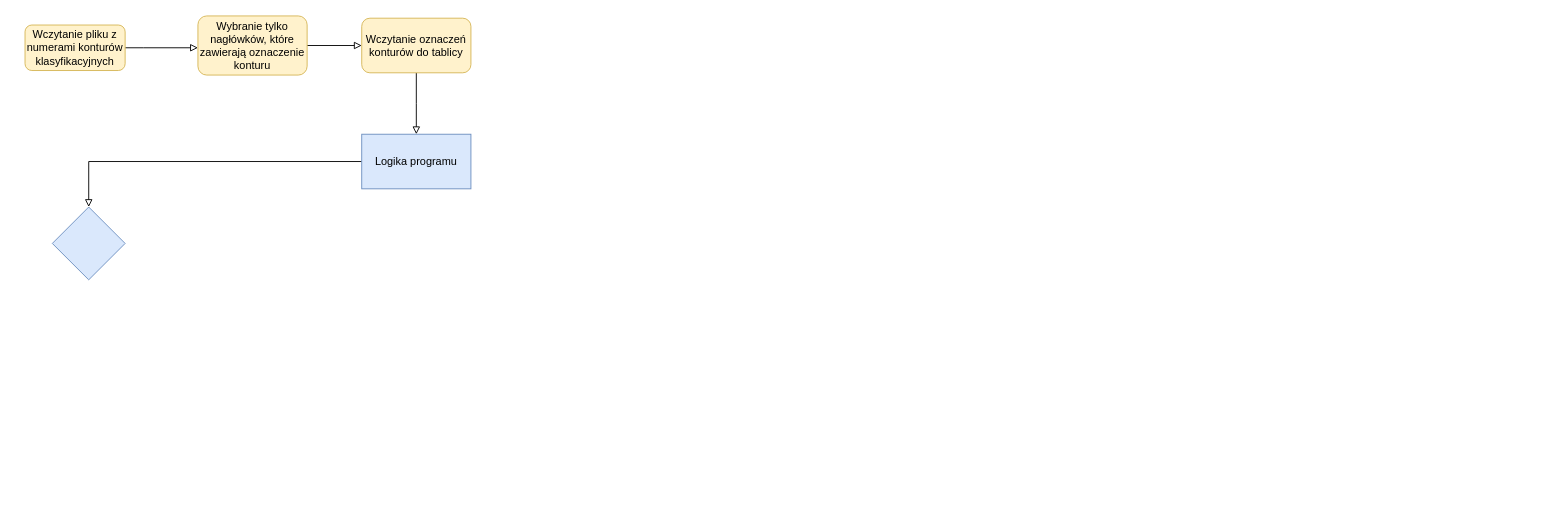
The draw.io diagram ćwiczenie1/kataster_cwiczenie1.drawio in jakubGryzio/Kataster, before the edit. Source tidied: cells renumbered, new cells numbered last; positions are measured from the earlier drawing's top-left corner, leaving out a move shared by most shapes. Both pictures are drawn from the tidied source at 91%, with x=0, y=0 at pixel (25, 15).
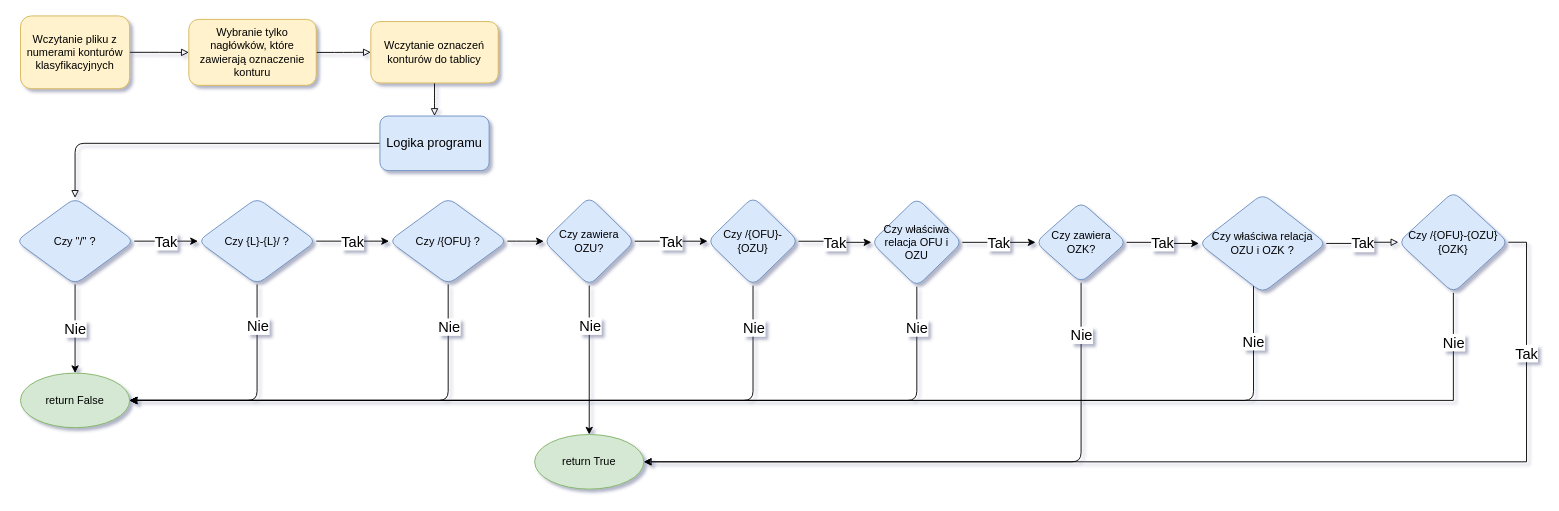
Above is the later version.

The edit, as a diff of the source:
```diff
@@
-<mxGraphModel>
+<mxGraphModel shadow="1">
@@
-    <mxCell id="2" style="edgeStyle=orthogonalEdgeStyle;rounded=0;jettySize=auto;html=1;endArrow=block;endFill=0;" parent="1" edge="1" source="3">
-      <mxGeometry relative="1" as="geometry">
-        <mxPoint x="190" y="35" as="targetPoint" />
-        <Array as="points">
-          <mxPoint x="130" y="35" />
-          <mxPoint x="130" y="35" />
-        </Array>
-      </mxGeometry>
-    </mxCell>
+    <mxCell id="11" style="edgeStyle=orthogonalEdgeStyle;rounded=0;jettySize=auto;html=1;exitX=1;exitY=0.5;exitDx=0;exitDy=0;fontSize=16;endArrow=block;endFill=0;" parent="1" edge="1" source="3" target="5">
+      <mxGeometry relative="1" as="geometry" />
+    </mxCell>
-    <mxCell id="3" value="Wczytanie pliku z numerami konturów klasyfikacyjnych" style="rounded=1;whiteSpace=wrap;html=1;fontSize=12;glass=0;strokeWidth=1;shadow=0;fillColor=#fff2cc;strokeColor=#d6b656;" parent="1" vertex="1">
-      <mxGeometry y="10" width="110" height="50" as="geometry" />
+    <mxCell id="3" value="Wczytanie pliku z numerami konturów klasyfikacyjnych" style="whiteSpace=wrap;html=1;fontSize=12;glass=0;strokeWidth=1;shadow=0;fillColor=#fff2cc;strokeColor=#d6b656;rounded=1;" parent="1" vertex="1">
+      <mxGeometry x="-5" width="120" height="80" as="geometry" />
     </mxCell>
-    <mxCell id="4" style="edgeStyle=orthogonalEdgeStyle;rounded=0;jettySize=auto;html=1;entryX=0;entryY=0.5;entryDx=0;entryDy=0;endArrow=block;endFill=0;" parent="1" edge="1" source="5" target="7">
+    <mxCell id="4" style="edgeStyle=orthogonalEdgeStyle;jettySize=auto;html=1;entryX=0;entryY=0.5;entryDx=0;entryDy=0;endArrow=block;endFill=0;" parent="1" edge="1" source="5" target="7">
       <mxGeometry relative="1" as="geometry" />
     </mxCell>
-    <mxCell id="5" value="Wybranie tylko nagłówków, które zawierają oznaczenie konturu" style="rounded=1;whiteSpace=wrap;html=1;fontSize=12;glass=0;strokeWidth=1;shadow=0;fillColor=#fff2cc;strokeColor=#d6b656;" parent="1" vertex="1">
-      <mxGeometry x="190" width="120" height="65" as="geometry" />
+    <mxCell id="5" value="Wybranie tylko nagłówków, które zawierają oznaczenie konturu" style="whiteSpace=wrap;html=1;fontSize=12;glass=0;strokeWidth=1;shadow=0;fillColor=#fff2cc;strokeColor=#d6b656;rounded=1;" parent="1" vertex="1">
+      <mxGeometry x="180" y="3.8" width="140" height="72.5" as="geometry" />
     </mxCell>
-    <mxCell id="6" style="edgeStyle=orthogonalEdgeStyle;rounded=0;jettySize=auto;html=1;endArrow=block;endFill=0;" parent="1" edge="1" source="7">
-      <mxGeometry relative="1" as="geometry">
-        <mxPoint x="430" y="130" as="targetPoint" />
-      </mxGeometry>
+    <mxCell id="6" style="edgeStyle=orthogonalEdgeStyle;jettySize=auto;html=1;endArrow=block;endFill=0;" parent="1" edge="1" source="7" target="9">
+      <mxGeometry relative="1" as="geometry" />
     </mxCell>
-    <mxCell id="7" value="Wczytanie oznaczeń konturów do tablicy" style="rounded=1;whiteSpace=wrap;html=1;fillColor=#fff2cc;strokeColor=#d6b656;" parent="1" vertex="1">
-      <mxGeometry x="370" y="2.5" width="120" height="60" as="geometry" />
+    <mxCell id="7" value="Wczytanie oznaczeń konturów do tablicy" style="whiteSpace=wrap;html=1;fillColor=#fff2cc;strokeColor=#d6b656;rounded=1;" parent="1" vertex="1">
+      <mxGeometry x="380" y="6.2" width="140" height="67.5" as="geometry" />
     </mxCell>
-    <mxCell id="8" style="edgeStyle=orthogonalEdgeStyle;rounded=0;jettySize=auto;html=1;endArrow=block;endFill=0;" parent="1" edge="1" source="9" target="10">
+    <mxCell id="8" style="edgeStyle=orthogonalEdgeStyle;jettySize=auto;html=1;endArrow=block;endFill=0;" parent="1" edge="1" source="9" target="10">
       <mxGeometry relative="1" as="geometry" />
     </mxCell>
-    <mxCell id="9" value="Logika programu" style="rounded=0;whiteSpace=wrap;html=1;fillColor=#dae8fc;strokeColor=#6c8ebf;" parent="1" vertex="1">
-      <mxGeometry x="370" y="130" width="120" height="60" as="geometry" />
+    <mxCell id="9" value="Logika programu" style="whiteSpace=wrap;html=1;fillColor=#dae8fc;strokeColor=#6c8ebf;fontSize=14;rounded=1;" parent="1" vertex="1">
+      <mxGeometry x="390" y="110" width="120" height="60" as="geometry" />
     </mxCell>
+    <mxCell id="12" value="Tak" style="edgeStyle=orthogonalEdgeStyle;jettySize=auto;html=1;fontSize=16;" parent="1" edge="1" source="10" target="17">
+      <mxGeometry relative="1" as="geometry" />
+    </mxCell>
+    <mxCell id="13" value="Nie" style="edgeStyle=orthogonalEdgeStyle;jettySize=auto;html=1;fontSize=16;" parent="1" edge="1" source="10" target="27">
+      <mxGeometry relative="1" as="geometry" />
+    </mxCell>
-    <mxCell id="10" style="rhombus;whiteSpace=wrap;html=1;rounded=0;strokeColor=#6c8ebf;fillColor=#dae8fc;" parent="1" vertex="1">
-      <mxGeometry x="30" y="210" width="80" height="80" as="geometry" />
+    <mxCell id="10" value="Czy &quot;/&quot; ?" style="rhombus;whiteSpace=wrap;html=1;strokeColor=#6c8ebf;fillColor=#dae8fc;rounded=1;" parent="1" vertex="1">
+      <mxGeometry x="-10" y="200" width="130" height="95" as="geometry" />
     </mxCell>
+    <mxCell id="14" value="Tak" style="edgeStyle=orthogonalEdgeStyle;jettySize=auto;html=1;fontSize=16;" parent="1" edge="1" source="17" target="21">
+      <mxGeometry relative="1" as="geometry" />
+    </mxCell>
+    <mxCell id="15" style="edgeStyle=orthogonalEdgeStyle;jettySize=auto;html=1;entryX=1;entryY=0.5;entryDx=0;entryDy=0;fontSize=14;" parent="1" edge="1" source="17" target="27">
+      <mxGeometry relative="1" as="geometry">
+        <Array as="points">
+          <mxPoint x="255" y="423" />
+        </Array>
+      </mxGeometry>
+    </mxCell>
+    <mxCell id="16" value="Nie" style="edgeLabel;html=1;align=center;verticalAlign=middle;fontSize=16;rounded=1;" parent="15" vertex="1">
+      <mxGeometry x="-0.71" y="-1" relative="1" as="geometry">
+        <mxPoint x="1" y="6" as="offset" />
+      </mxGeometry>
+    </mxCell>
+    <mxCell id="17" value="Czy {L}-{L}/ ?" style="rhombus;whiteSpace=wrap;html=1;strokeColor=#6c8ebf;fillColor=#dae8fc;rounded=1;" parent="1" vertex="1">
+      <mxGeometry x="190" y="200" width="130" height="95" as="geometry" />
+    </mxCell>
+    <mxCell id="18" style="edgeStyle=orthogonalEdgeStyle;jettySize=auto;html=1;" parent="1" edge="1" source="21" target="25">
+      <mxGeometry relative="1" as="geometry" />
+    </mxCell>
+    <mxCell id="19" style="edgeStyle=orthogonalEdgeStyle;jettySize=auto;html=1;entryX=1;entryY=0.5;entryDx=0;entryDy=0;" parent="1" edge="1" source="21" target="27">
+      <mxGeometry relative="1" as="geometry">
+        <Array as="points">
+          <mxPoint x="465" y="423" />
+        </Array>
+      </mxGeometry>
+    </mxCell>
+    <mxCell id="20" value="Nie" style="edgeLabel;html=1;align=center;verticalAlign=middle;fontSize=16;rounded=1;" parent="19" vertex="1">
+      <mxGeometry x="-0.82" y="2" relative="1" as="geometry">
+        <mxPoint x="-2" y="3" as="offset" />
+      </mxGeometry>
+    </mxCell>
+    <mxCell id="21" value="Czy /{OFU} ?" style="rhombus;whiteSpace=wrap;html=1;strokeColor=#6c8ebf;fillColor=#dae8fc;rounded=1;" parent="1" vertex="1">
+      <mxGeometry x="400" y="200" width="130" height="95" as="geometry" />
+    </mxCell>
+    <mxCell id="22" style="edgeStyle=orthogonalEdgeStyle;jettySize=auto;html=1;" parent="1" edge="1" source="25" target="26">
+      <mxGeometry relative="1" as="geometry" />
+    </mxCell>
+    <mxCell id="23" value="Nie" style="edgeLabel;html=1;align=center;verticalAlign=middle;fontSize=16;rounded=1;" parent="22" vertex="1">
+      <mxGeometry x="-0.21" y="2" relative="1" as="geometry">
+        <mxPoint x="-2" y="-21" as="offset" />
+      </mxGeometry>
+    </mxCell>
+    <mxCell id="24" value="Tak" style="edgeStyle=orthogonalEdgeStyle;jettySize=auto;html=1;fontSize=16;" parent="1" edge="1" source="25" target="31">
+      <mxGeometry relative="1" as="geometry" />
+    </mxCell>
+    <mxCell id="25" value="Czy zawiera OZU?" style="rhombus;whiteSpace=wrap;html=1;strokeColor=#6c8ebf;fillColor=#dae8fc;rounded=1;" parent="1" vertex="1">
+      <mxGeometry x="570" y="198.8" width="100" height="97.5" as="geometry" />
+    </mxCell>
+    <mxCell id="26" value="return True" style="ellipse;whiteSpace=wrap;html=1;strokeColor=#82b366;fillColor=#d5e8d4;rounded=1;" parent="1" vertex="1">
+      <mxGeometry x="560" y="460" width="120" height="60" as="geometry" />
+    </mxCell>
+    <mxCell id="27" value="return False" style="ellipse;whiteSpace=wrap;html=1;strokeColor=#82b366;fillColor=#d5e8d4;rounded=1;" parent="1" vertex="1">
+      <mxGeometry x="-5" y="392.5" width="120" height="60" as="geometry" />
+    </mxCell>
+    <mxCell id="28" style="edgeStyle=orthogonalEdgeStyle;jettySize=auto;html=1;entryX=1;entryY=0.5;entryDx=0;entryDy=0;" parent="1" edge="1" source="31" target="27">
+      <mxGeometry relative="1" as="geometry">
+        <Array as="points">
+          <mxPoint x="800" y="423" />
+        </Array>
+      </mxGeometry>
+    </mxCell>
+    <mxCell id="29" value="Nie" style="edgeLabel;html=1;align=center;verticalAlign=middle;fontSize=16;rounded=1;" parent="28" vertex="1">
+      <mxGeometry x="-0.88" y="-1" relative="1" as="geometry">
+        <mxPoint x="1" y="-3" as="offset" />
+      </mxGeometry>
+    </mxCell>
+    <mxCell id="30" value="Tak" style="edgeStyle=orthogonalEdgeStyle;jettySize=auto;html=1;fontSize=16;" parent="1" edge="1" source="31" target="34">
+      <mxGeometry relative="1" as="geometry" />
+    </mxCell>
+    <mxCell id="31" value="Czy /{OFU}-{OZU}" style="rhombus;whiteSpace=wrap;html=1;strokeColor=#6c8ebf;fillColor=#dae8fc;rounded=1;" parent="1" vertex="1">
+      <mxGeometry x="750" y="198.8" width="100" height="97.5" as="geometry" />
+    </mxCell>
+    <mxCell id="32" value="Nie" style="edgeStyle=orthogonalEdgeStyle;jettySize=auto;html=1;exitX=0.5;exitY=1;exitDx=0;exitDy=0;entryX=1;entryY=0.5;entryDx=0;entryDy=0;fontSize=16;" parent="1" edge="1" source="34" target="27">
+      <mxGeometry x="-0.91" relative="1" as="geometry" />
+    </mxCell>
+    <mxCell id="33" value="Tak" style="edgeStyle=orthogonalEdgeStyle;jettySize=auto;html=1;fontSize=16;" parent="1" edge="1" source="34" target="37">
+      <mxGeometry relative="1" as="geometry" />
+    </mxCell>
+    <mxCell id="34" value="Czy właściwa relacja OFU i OZU" style="rhombus;whiteSpace=wrap;html=1;strokeColor=#6c8ebf;fillColor=#dae8fc;rounded=1;" parent="1" vertex="1">
+      <mxGeometry x="930" y="200" width="100" height="97.5" as="geometry" />
+    </mxCell>
+    <mxCell id="35" value="Nie" style="edgeStyle=orthogonalEdgeStyle;jettySize=auto;html=1;entryX=1;entryY=0.5;entryDx=0;entryDy=0;fontSize=16;" parent="1" edge="1" source="37" target="26">
+      <mxGeometry x="-0.83" relative="1" as="geometry">
+        <Array as="points">
+          <mxPoint x="1160" y="490" />
+        </Array>
+      </mxGeometry>
+    </mxCell>
+    <mxCell id="36" value="Tak" style="edgeStyle=orthogonalEdgeStyle;jettySize=auto;html=1;fontSize=16;" parent="1" edge="1" source="37" target="40">
+      <mxGeometry relative="1" as="geometry" />
+    </mxCell>
+    <mxCell id="37" value="Czy zawiera OZK?" style="rhombus;whiteSpace=wrap;html=1;strokeColor=#6c8ebf;fillColor=#dae8fc;rounded=1;" parent="1" vertex="1">
+      <mxGeometry x="1110.5" y="204.4" width="100" height="88.8" as="geometry" />
+    </mxCell>
+    <mxCell id="38" value="Nie" style="edgeStyle=orthogonalEdgeStyle;jettySize=auto;html=1;entryX=1;entryY=0.5;entryDx=0;entryDy=0;fontSize=16;" parent="1" edge="1" source="40" target="27">
+      <mxGeometry x="-0.91" relative="1" as="geometry">
+        <Array as="points">
+          <mxPoint x="1350" y="423" />
+        </Array>
+      </mxGeometry>
+    </mxCell>
+    <mxCell id="39" value="Tak" style="edgeStyle=orthogonalEdgeStyle;rounded=0;jettySize=auto;html=1;fontSize=16;endArrow=block;endFill=0;" parent="1" edge="1" source="40" target="43">
+      <mxGeometry relative="1" as="geometry" />
+    </mxCell>
+    <mxCell id="40" value="Czy właściwa relacja OZU i OZK ?" style="rhombus;whiteSpace=wrap;html=1;strokeColor=#6c8ebf;fillColor=#dae8fc;rounded=1;" parent="1" vertex="1">
+      <mxGeometry x="1290" y="195.6" width="140" height="108.8" as="geometry" />
+    </mxCell>
+    <mxCell id="41" value="Nie" style="edgeStyle=orthogonalEdgeStyle;rounded=0;jettySize=auto;html=1;entryX=1;entryY=0.5;entryDx=0;entryDy=0;fontSize=16;endArrow=block;endFill=0;" parent="1" edge="1" source="43" target="27">
+      <mxGeometry x="-0.93" relative="1" as="geometry">
+        <Array as="points">
+          <mxPoint x="1570" y="423" />
+        </Array>
+      </mxGeometry>
+    </mxCell>
+    <mxCell id="42" value="Tak" style="edgeStyle=orthogonalEdgeStyle;rounded=0;jettySize=auto;html=1;exitX=1;exitY=0.5;exitDx=0;exitDy=0;entryX=1;entryY=0.5;entryDx=0;entryDy=0;fontSize=16;endArrow=block;endFill=0;" parent="1" edge="1" source="43" target="26">
+      <mxGeometry x="-0.77" relative="1" as="geometry" />
+    </mxCell>
+    <mxCell id="43" value="Czy /{OFU}-{OZU}{OZK}" style="rhombus;whiteSpace=wrap;html=1;rounded=1;strokeColor=#6c8ebf;fillColor=#dae8fc;" parent="1" vertex="1">
+      <mxGeometry x="1509.2" y="193.1" width="120.8" height="111.2" as="geometry" />
+    </mxCell>
```
